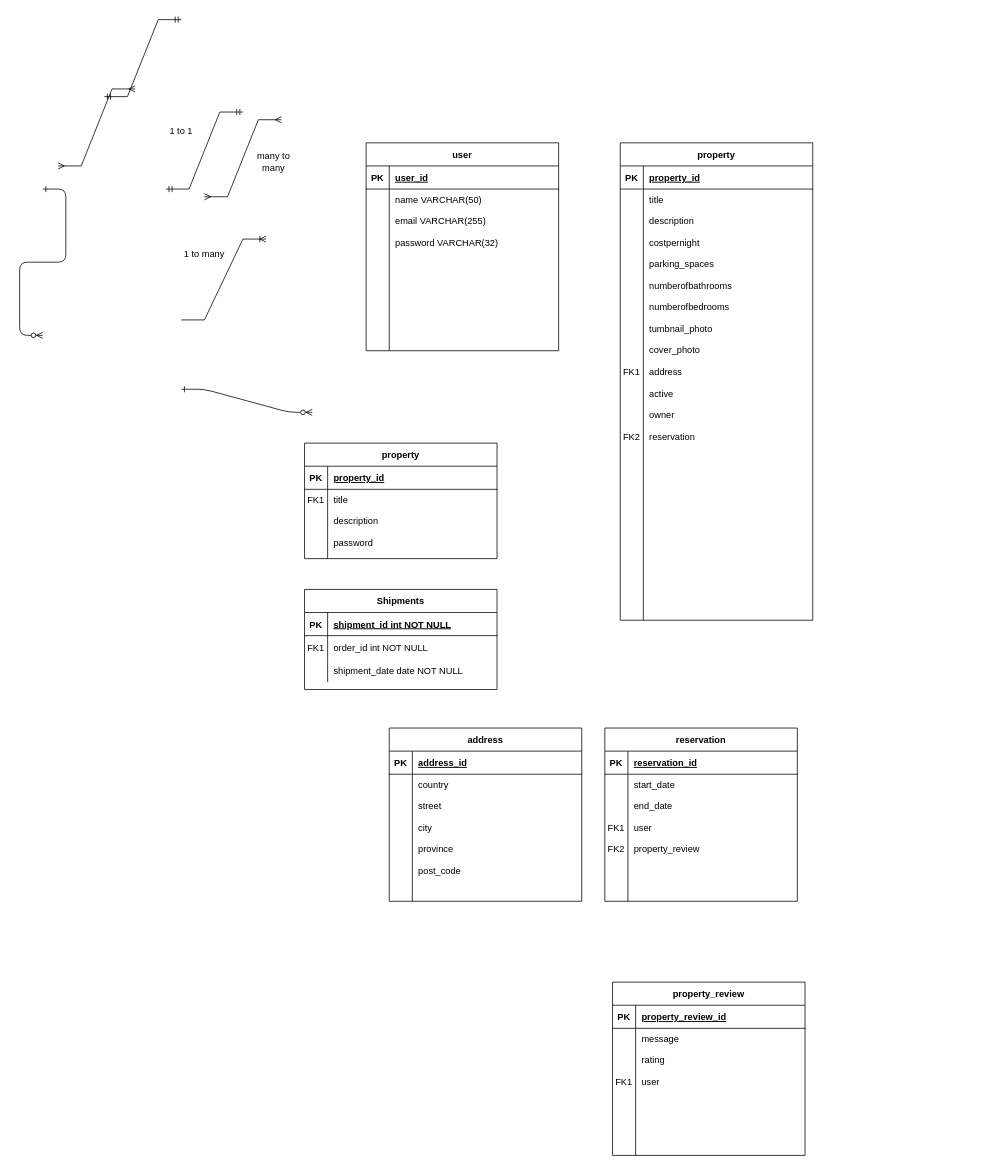
The draw.io diagram LightBnB.drawio in SorrenJ/LightBnB, before the edit. Source tidied: cells renumbered, new cells numbered last; positions are measured from the earlier drawing's top-left corner, leaving out a move shared by most shapes. Both pictures are drawn from the tidied source at 77%, with x=0, y=0 at pixel (42, 19).
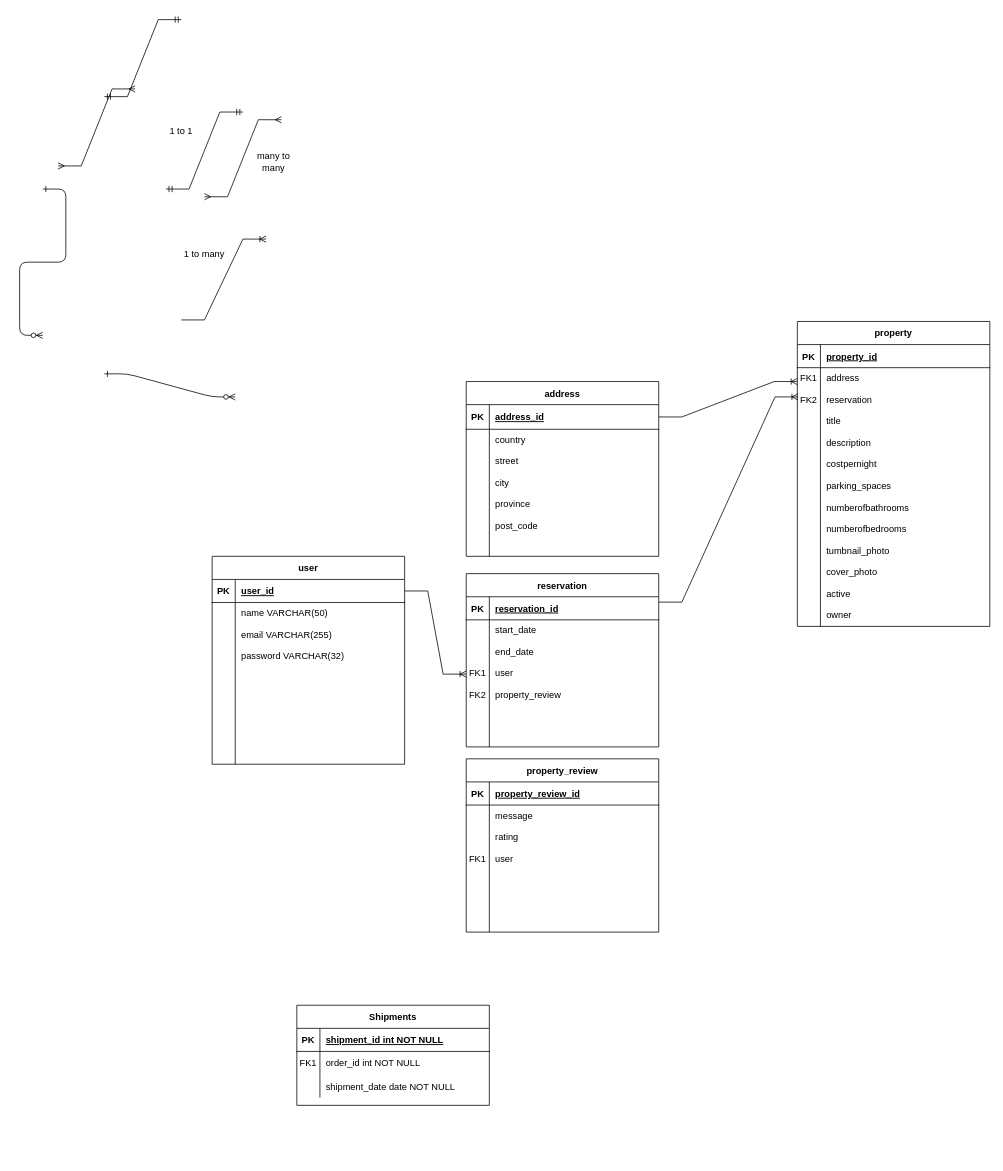
The same diagram, later.

The change refers to these unchanged cells:
```xml
<mxCell id="22" style="shape=partialRectangle;fillColor=none;points=[[0,0.5],[1,0.5]];portConstraint=eastwest;top=0;left=0;right=0;bottom=1;" parent="21" vertex="1">
  <mxGeometry y="30" width="250" height="30" as="geometry" />
</mxCell>
```

What changed in the source:
```diff
@@
     <mxCell id="2" style="edgeStyle=entityRelationEdgeStyle;endArrow=ERzeroToMany;startArrow=ERone;endFill=1;startFill=0;" parent="1" edge="1">
       <mxGeometry relative="1" as="geometry">
-        <mxPoint x="180" y="480" as="sourcePoint" />
-        <mxPoint x="350" y="510" as="targetPoint" />
+        <mxPoint x="80" y="460" as="sourcePoint" />
+        <mxPoint x="250" y="490" as="targetPoint" />
       </mxGeometry>
     </mxCell>
@@
     <mxCell id="4" value="property" style="shape=table;startSize=30;childLayout=tableLayout;rowLines=0;fontStyle=1;align=center;" parent="1" vertex="1">
-      <mxGeometry x="750" y="160" width="250" height="620" as="geometry" />
+      <mxGeometry x="980" y="392" width="250" height="396" as="geometry" />
     </mxCell>
@@
     <mxCell id="8" style="shape=partialRectangle;fillColor=none;top=0;left=0;right=0;bottom=0;" parent="4" vertex="1">
-      <mxGeometry y="60" width="250" height="560" as="geometry" />
+      <mxGeometry y="60" width="250" height="336" as="geometry" />
     </mxCell>
-    <mxCell id="9" value="&#10;&#10;&#10;&#10;&#10;&#10;&#10;&#10;&#10;&#10;&#10;&#10;&#10;&#10;&#10;&#10;FK1&#10;&#10;&#10;&#10;&#10;&#10;FK2&#10;&#10;&#10;" style="shape=partialRectangle;overflow=hidden;fillColor=none;top=0;left=0;bottom=0;right=0;verticalAlign=top;" parent="8" vertex="1">
-      <mxGeometry width="30" height="560" as="geometry" />
+    <mxCell id="9" value="FK1&#10;&#10;FK2&#10;&#10;&#10;" style="shape=partialRectangle;overflow=hidden;fillColor=none;top=0;left=0;bottom=0;right=0;verticalAlign=top;" parent="8" vertex="1">
+      <mxGeometry width="30" height="336" as="geometry" />
     </mxCell>
-    <mxCell id="10" value="title&#10;&#10;description&#10;&#10;costpernight&#10;&#10;parking_spaces&#10;&#10;numberofbathrooms&#10;&#10;numberofbedrooms&#10;&#10;tumbnail_photo&#10;&#10;cover_photo&#10;&#10;address&#10;&#10;active&#10;&#10;owner&#10;&#10;reservation&#10;&#10;" style="shape=partialRectangle;overflow=hidden;fillColor=none;top=0;left=0;bottom=0;right=0;align=left;spacingLeft=6;verticalAlign=top;" parent="8" vertex="1">
-      <mxGeometry x="30" width="220" height="560" as="geometry" />
+    <mxCell id="10" value="address&#10;&#10;reservation&#10;&#10;title&#10;&#10;description&#10;&#10;costpernight&#10;&#10;parking_spaces&#10;&#10;numberofbathrooms&#10;&#10;numberofbedrooms&#10;&#10;tumbnail_photo&#10;&#10;cover_photo&#10;&#10;active&#10;&#10;owner&#10;&#10;&#10;" style="shape=partialRectangle;overflow=hidden;fillColor=none;top=0;left=0;bottom=0;right=0;align=left;spacingLeft=6;verticalAlign=top;" parent="8" vertex="1">
+      <mxGeometry x="30" width="220" height="336" as="geometry" />
     </mxCell>
     <mxCell id="11" value="Shipments" style="shape=table;startSize=30;childLayout=tableLayout;rowLines=0;fontStyle=1;align=center;" parent="1" vertex="1">
-      <mxGeometry x="340" y="740" width="250" height="130" as="geometry" />
+      <mxGeometry x="330" y="1280" width="250" height="130" as="geometry" />
     </mxCell>
@@
     <mxCell id="21" value="user" style="shape=table;startSize=30;childLayout=tableLayout;rowLines=0;fontStyle=1;align=center;" parent="1" vertex="1">
-      <mxGeometry x="420" y="160" width="250" height="270" as="geometry" />
+      <mxGeometry x="220" y="697" width="250" height="270" as="geometry" />
     </mxCell>
@@
-    <mxCell id="28" value="property" style="shape=table;startSize=30;childLayout=tableLayout;rowLines=0;fontStyle=1;align=center;" parent="1" vertex="1">
-      <mxGeometry x="340" y="550" width="250" height="150" as="geometry" />
-    </mxCell>
-    <mxCell id="29" style="shape=partialRectangle;fillColor=none;top=0;left=0;right=0;bottom=1;" parent="28" vertex="1">
-      <mxGeometry y="30" width="250" height="30" as="geometry" />
-    </mxCell>
-    <mxCell id="30" value="PK" style="shape=partialRectangle;overflow=hidden;fillColor=none;top=0;left=0;bottom=0;right=0;fontStyle=1;" parent="29" vertex="1">
-      <mxGeometry width="30" height="30" as="geometry" />
-    </mxCell>
-    <mxCell id="31" value="property_id" style="shape=partialRectangle;overflow=hidden;fillColor=none;top=0;left=0;bottom=0;right=0;align=left;spacingLeft=6;fontStyle=5;" parent="29" vertex="1">
-      <mxGeometry x="30" width="220" height="30" as="geometry" />
-    </mxCell>
-    <mxCell id="32" style="shape=partialRectangle;fillColor=none;top=0;left=0;right=0;bottom=0;" parent="28" vertex="1">
-      <mxGeometry y="60" width="250" height="90" as="geometry" />
-    </mxCell>
-    <mxCell id="33" value="FK1" style="shape=partialRectangle;overflow=hidden;fillColor=none;top=0;left=0;bottom=0;right=0;verticalAlign=top;" parent="32" vertex="1">
-      <mxGeometry width="30" height="90" as="geometry" />
-    </mxCell>
-    <mxCell id="34" value="title&#10;&#10;description&#10;&#10;password" style="shape=partialRectangle;overflow=hidden;fillColor=none;top=0;left=0;bottom=0;right=0;align=left;spacingLeft=6;verticalAlign=top;" parent="32" vertex="1">
-      <mxGeometry x="30" width="220" height="90" as="geometry" />
-    </mxCell>
     <mxCell id="35" value="address" style="shape=table;startSize=30;childLayout=tableLayout;rowLines=0;fontStyle=1;align=center;" parent="1" vertex="1">
-      <mxGeometry x="450" y="920" width="250" height="225" as="geometry" />
+      <mxGeometry x="550" y="470" width="250" height="227" as="geometry" />
     </mxCell>
     <mxCell id="36" style="shape=partialRectangle;fillColor=none;points=[[0,0.5],[1,0.5]];portConstraint=eastwest;top=0;left=0;right=0;bottom=1;" parent="35" vertex="1">
-      <mxGeometry y="30" width="250" height="30" as="geometry" />
+      <mxGeometry y="30" width="250" height="32" as="geometry" />
     </mxCell>
     <mxCell id="37" value="PK" style="shape=partialRectangle;overflow=hidden;fillColor=none;top=0;left=0;bottom=0;right=0;fontStyle=1;" parent="36" vertex="1">
-      <mxGeometry width="30" height="30" as="geometry" />
+      <mxGeometry width="30" height="32" as="geometry" />
     </mxCell>
     <mxCell id="38" value="address_id" style="shape=partialRectangle;overflow=hidden;fillColor=none;top=0;left=0;bottom=0;right=0;align=left;spacingLeft=6;fontStyle=5;" parent="36" vertex="1">
-      <mxGeometry x="30" width="220" height="30" as="geometry" />
+      <mxGeometry x="30" width="220" height="32" as="geometry" />
     </mxCell>
     <mxCell id="39" style="shape=partialRectangle;fillColor=none;top=0;left=0;right=0;bottom=0;" parent="35" vertex="1">
-      <mxGeometry y="60" width="250" height="165" as="geometry" />
+      <mxGeometry y="62" width="250" height="165" as="geometry" />
     </mxCell>
@@
     <mxCell id="42" value="reservation" style="shape=table;startSize=30;childLayout=tableLayout;rowLines=0;fontStyle=1;align=center;" parent="1" vertex="1">
-      <mxGeometry x="730" y="920" width="250" height="225" as="geometry" />
+      <mxGeometry x="550" y="719.5" width="250" height="225" as="geometry" />
     </mxCell>
@@
     <mxCell id="49" value="property_review" style="shape=table;startSize=30;childLayout=tableLayout;rowLines=0;fontStyle=1;align=center;" parent="1" vertex="1">
-      <mxGeometry x="740" y="1250" width="250" height="225" as="geometry" />
+      <mxGeometry x="550" y="960" width="250" height="225" as="geometry" />
     </mxCell>
@@
+    <mxCell id="64" style="edgeStyle=entityRelationEdgeStyle;fontSize=12;html=1;endArrow=ERoneToMany;rounded=0;exitX=1;exitY=0.5;exitDx=0;exitDy=0;" parent="1" edge="1" source="36">
+      <mxGeometry relative="1" as="geometry">
+        <mxPoint x="980" y="470" as="targetPoint" />
+      </mxGeometry>
+    </mxCell>
+    <mxCell id="65" style="edgeStyle=entityRelationEdgeStyle;fontSize=12;html=1;endArrow=ERoneToMany;rounded=0;entryX=0.004;entryY=0.137;entryDx=0;entryDy=0;entryPerimeter=0;" parent="1" edge="1">
+      <mxGeometry relative="1" as="geometry">
+        <mxPoint x="800" y="756.5" as="sourcePoint" />
+        <mxPoint x="981" y="490" as="targetPoint" />
+        <Array as="points">
+          <mxPoint x="920" y="622" />
+        </Array>
+      </mxGeometry>
+    </mxCell>
+    <mxCell id="66" style="edgeStyle=entityRelationEdgeStyle;fontSize=12;html=1;endArrow=ERoneToMany;rounded=0;exitX=1;exitY=0.5;exitDx=0;exitDy=0;" parent="1" edge="1" source="22">
+      <mxGeometry relative="1" as="geometry">
+        <mxPoint x="550" y="850" as="targetPoint" />
+      </mxGeometry>
+    </mxCell>
```
